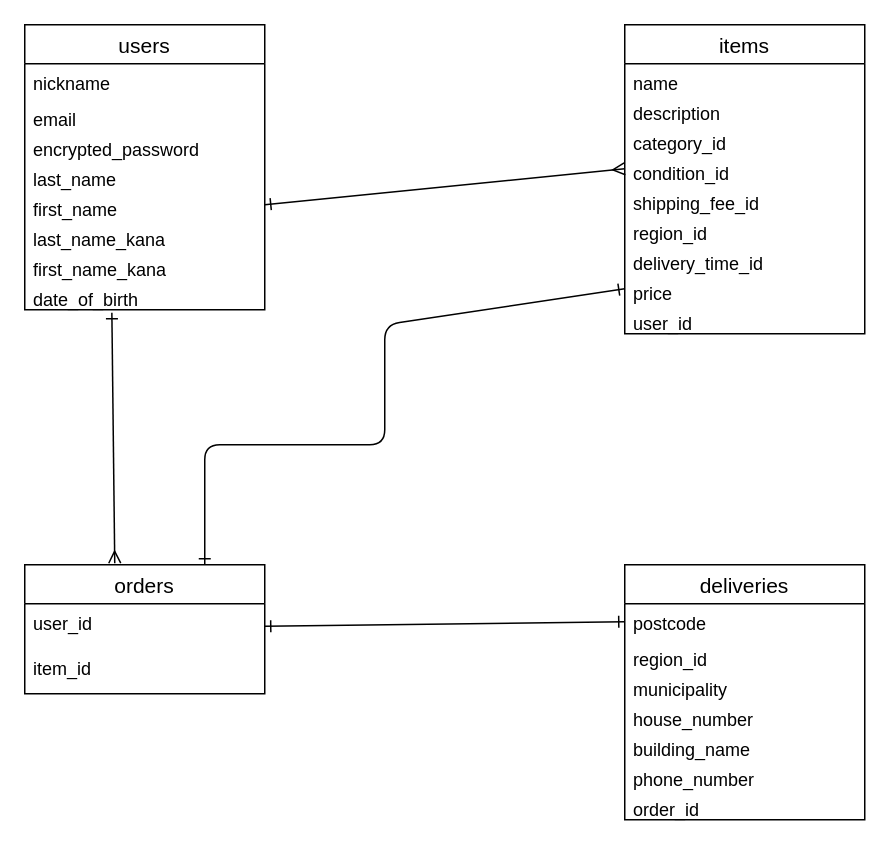
The draw.io diagram furima.dio in ryosuke2012/furima-38615, before the edit. Source tidied: cells renumbered, new cells numbered last; positions are measured from the earlier drawing's top-left corner, leaving out a move shared by most shapes. Both pictures are drawn from the tidied source at 150%, with x=0, y=0 at pixel (24, 24).
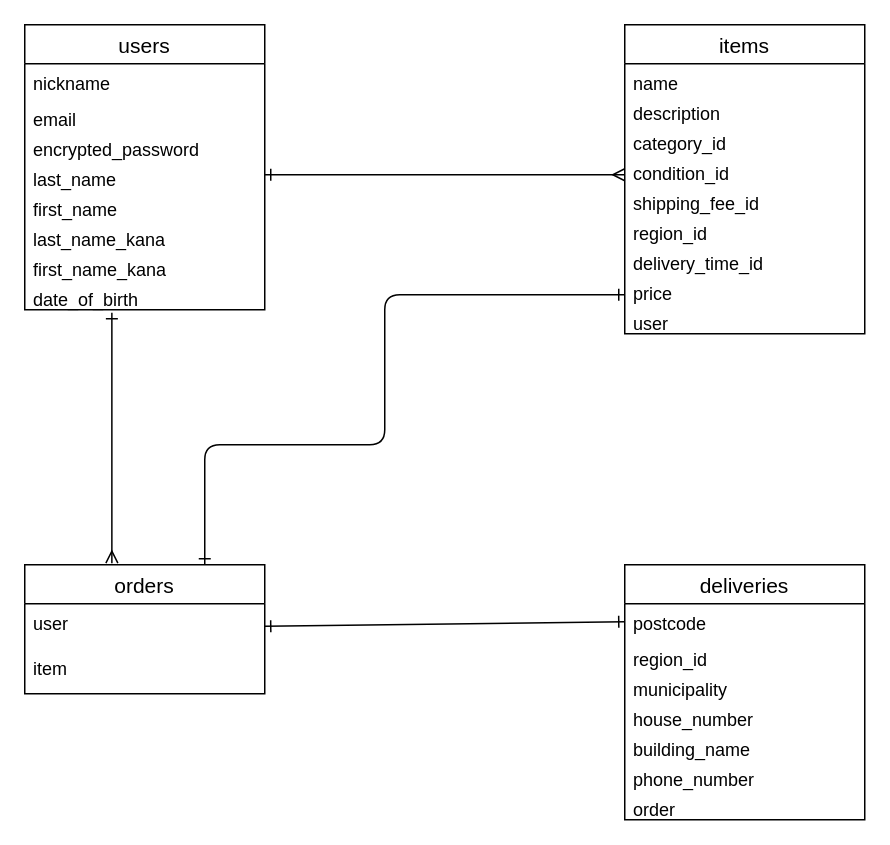
The same page after the edit.

Commit message:
ER図、README作成3

The change refers to these unchanged cells:
```xml
<mxCell id="6" value="last_name" style="text;strokeColor=none;fillColor=none;spacingLeft=4;spacingRight=4;overflow=hidden;points=[[0,0.5],[1,0.5]];portConstraint=eastwest;fontSize=12;" parent="2" vertex="1">
  <mxGeometry y="90" width="160" height="20" as="geometry" />
</mxCell>
<mxCell id="10" value="date_of_birth" style="text;strokeColor=none;fillColor=none;spacingLeft=4;spacingRight=4;overflow=hidden;points=[[0,0.5],[1,0.5]];portConstraint=eastwest;fontSize=12;" parent="2" vertex="1">
  <mxGeometry y="170" width="160" height="20" as="geometry" />
</mxCell>
<mxCell id="11" value="items" style="swimlane;fontStyle=0;horizontal=1;startSize=26;align=center;fontSize=14;" parent="1" vertex="1">
  <mxGeometry x="400" width="160" height="206" as="geometry" />
</mxCell>
<mxCell id="15" value="condition_id" style="text;strokeColor=none;fillColor=none;spacingLeft=4;spacingRight=4;overflow=hidden;points=[[0,0.5],[1,0.5]];portConstraint=eastwest;fontSize=12;" parent="11" vertex="1">
  <mxGeometry y="86" width="160" height="20" as="geometry" />
</mxCell>
<mxCell id="19" value="price" style="text;strokeColor=none;fillColor=none;spacingLeft=4;spacingRight=4;overflow=hidden;points=[[0,0.5],[1,0.5]];portConstraint=eastwest;fontSize=12;" parent="11" vertex="1">
  <mxGeometry y="166" width="160" height="20" as="geometry" />
</mxCell>
<mxCell id="22" value="orders" style="swimlane;fontStyle=0;horizontal=1;startSize=26;align=center;fontSize=14;" parent="1" vertex="1">
  <mxGeometry y="360" width="160" height="86" as="geometry" />
</mxCell>
<mxCell id="25" value="deliveries" style="swimlane;fontStyle=0;horizontal=1;startSize=26;align=center;fontSize=14;" parent="1" vertex="1">
  <mxGeometry x="400" y="360" width="160" height="170" as="geometry" />
</mxCell>
```

The edit, as a diff of the source:
```diff
@@
-    <mxCell id="20" value="user_id" style="text;strokeColor=none;fillColor=none;spacingLeft=4;spacingRight=4;overflow=hidden;fontSize=12;" parent="11" vertex="1">
+    <mxCell id="20" value="user" style="text;strokeColor=none;fillColor=none;spacingLeft=4;spacingRight=4;overflow=hidden;fontSize=12;" parent="11" vertex="1">
       <mxGeometry y="186" width="160" height="20" as="geometry" />
     </mxCell>
-    <mxCell id="21" style="edgeStyle=none;html=1;exitX=0.375;exitY=-0.012;exitDx=0;exitDy=0;startArrow=ERmany;startFill=0;endArrow=ERone;endFill=0;entryX=0.363;entryY=1.1;entryDx=0;entryDy=0;entryPerimeter=0;exitPerimeter=0;" parent="1" edge="1" source="22" target="10">
+    <mxCell id="21" style="edgeStyle=none;html=1;exitX=0.363;exitY=-0.012;exitDx=0;exitDy=0;startArrow=ERmany;startFill=0;endArrow=ERone;endFill=0;entryX=0.363;entryY=1.1;entryDx=0;entryDy=0;entryPerimeter=0;exitPerimeter=0;" parent="1" edge="1" source="22" target="10">
       <mxGeometry relative="1" as="geometry" />
     </mxCell>
@@
-    <mxCell id="23" value="user_id" style="text;strokeColor=none;fillColor=none;spacingLeft=4;spacingRight=4;overflow=hidden;points=[[0,0.5],[1,0.5]];portConstraint=eastwest;fontSize=12;" parent="22" vertex="1">
+    <mxCell id="23" value="user" style="text;strokeColor=none;fillColor=none;spacingLeft=4;spacingRight=4;overflow=hidden;points=[[0,0.5],[1,0.5]];portConstraint=eastwest;fontSize=12;" parent="22" vertex="1">
       <mxGeometry y="26" width="160" height="30" as="geometry" />
     </mxCell>
-    <mxCell id="24" value="item_id" style="text;strokeColor=none;fillColor=none;spacingLeft=4;spacingRight=4;overflow=hidden;fontSize=12;" parent="22" vertex="1">
+    <mxCell id="24" value="item" style="text;strokeColor=none;fillColor=none;spacingLeft=4;spacingRight=4;overflow=hidden;fontSize=12;" parent="22" vertex="1">
       <mxGeometry y="56" width="160" height="30" as="geometry" />
     </mxCell>
@@
-    <mxCell id="32" value="order_id" style="text;strokeColor=none;fillColor=none;spacingLeft=4;spacingRight=4;overflow=hidden;fontSize=12;" parent="25" vertex="1">
+    <mxCell id="32" value="order" style="text;strokeColor=none;fillColor=none;spacingLeft=4;spacingRight=4;overflow=hidden;fontSize=12;" parent="25" vertex="1">
       <mxGeometry y="150" width="160" height="20" as="geometry" />
     </mxCell>
-    <mxCell id="33" style="edgeStyle=none;html=1;entryX=0;entryY=0.5;entryDx=0;entryDy=0;endArrow=ERmany;endFill=0;startArrow=ERone;startFill=0;" parent="1" edge="1" target="15">
+    <mxCell id="33" style="edgeStyle=none;html=1;endArrow=ERmany;endFill=0;startArrow=ERone;startFill=0;exitX=1;exitY=0.5;exitDx=0;exitDy=0;" parent="1" edge="1" source="6">
       <mxGeometry relative="1" as="geometry">
-        <mxPoint x="160" y="120" as="sourcePoint" />
+        <mxPoint x="400" y="100" as="targetPoint" />
       </mxGeometry>
     </mxCell>
-    <mxCell id="34" style="edgeStyle=none;html=1;exitX=0;exitY=0.5;exitDx=0;exitDy=0;entryX=0.75;entryY=0;entryDx=0;entryDy=0;startArrow=ERone;startFill=0;endArrow=ERone;endFill=0;" parent="1" edge="1" source="19" target="22">
+    <mxCell id="34" style="edgeStyle=none;html=1;entryX=0.75;entryY=0;entryDx=0;entryDy=0;startArrow=ERone;startFill=0;endArrow=ERone;endFill=0;" parent="1" edge="1" target="22">
       <mxGeometry relative="1" as="geometry">
+        <mxPoint x="400" y="180" as="sourcePoint" />
         <Array as="points">
-          <mxPoint x="240" y="200" />
+          <mxPoint x="240" y="180" />
           <mxPoint x="240" y="240" />
           <mxPoint x="240" y="280" />
           <mxPoint x="120" y="280" />
         </Array>
       </mxGeometry>
     </mxCell>
```
